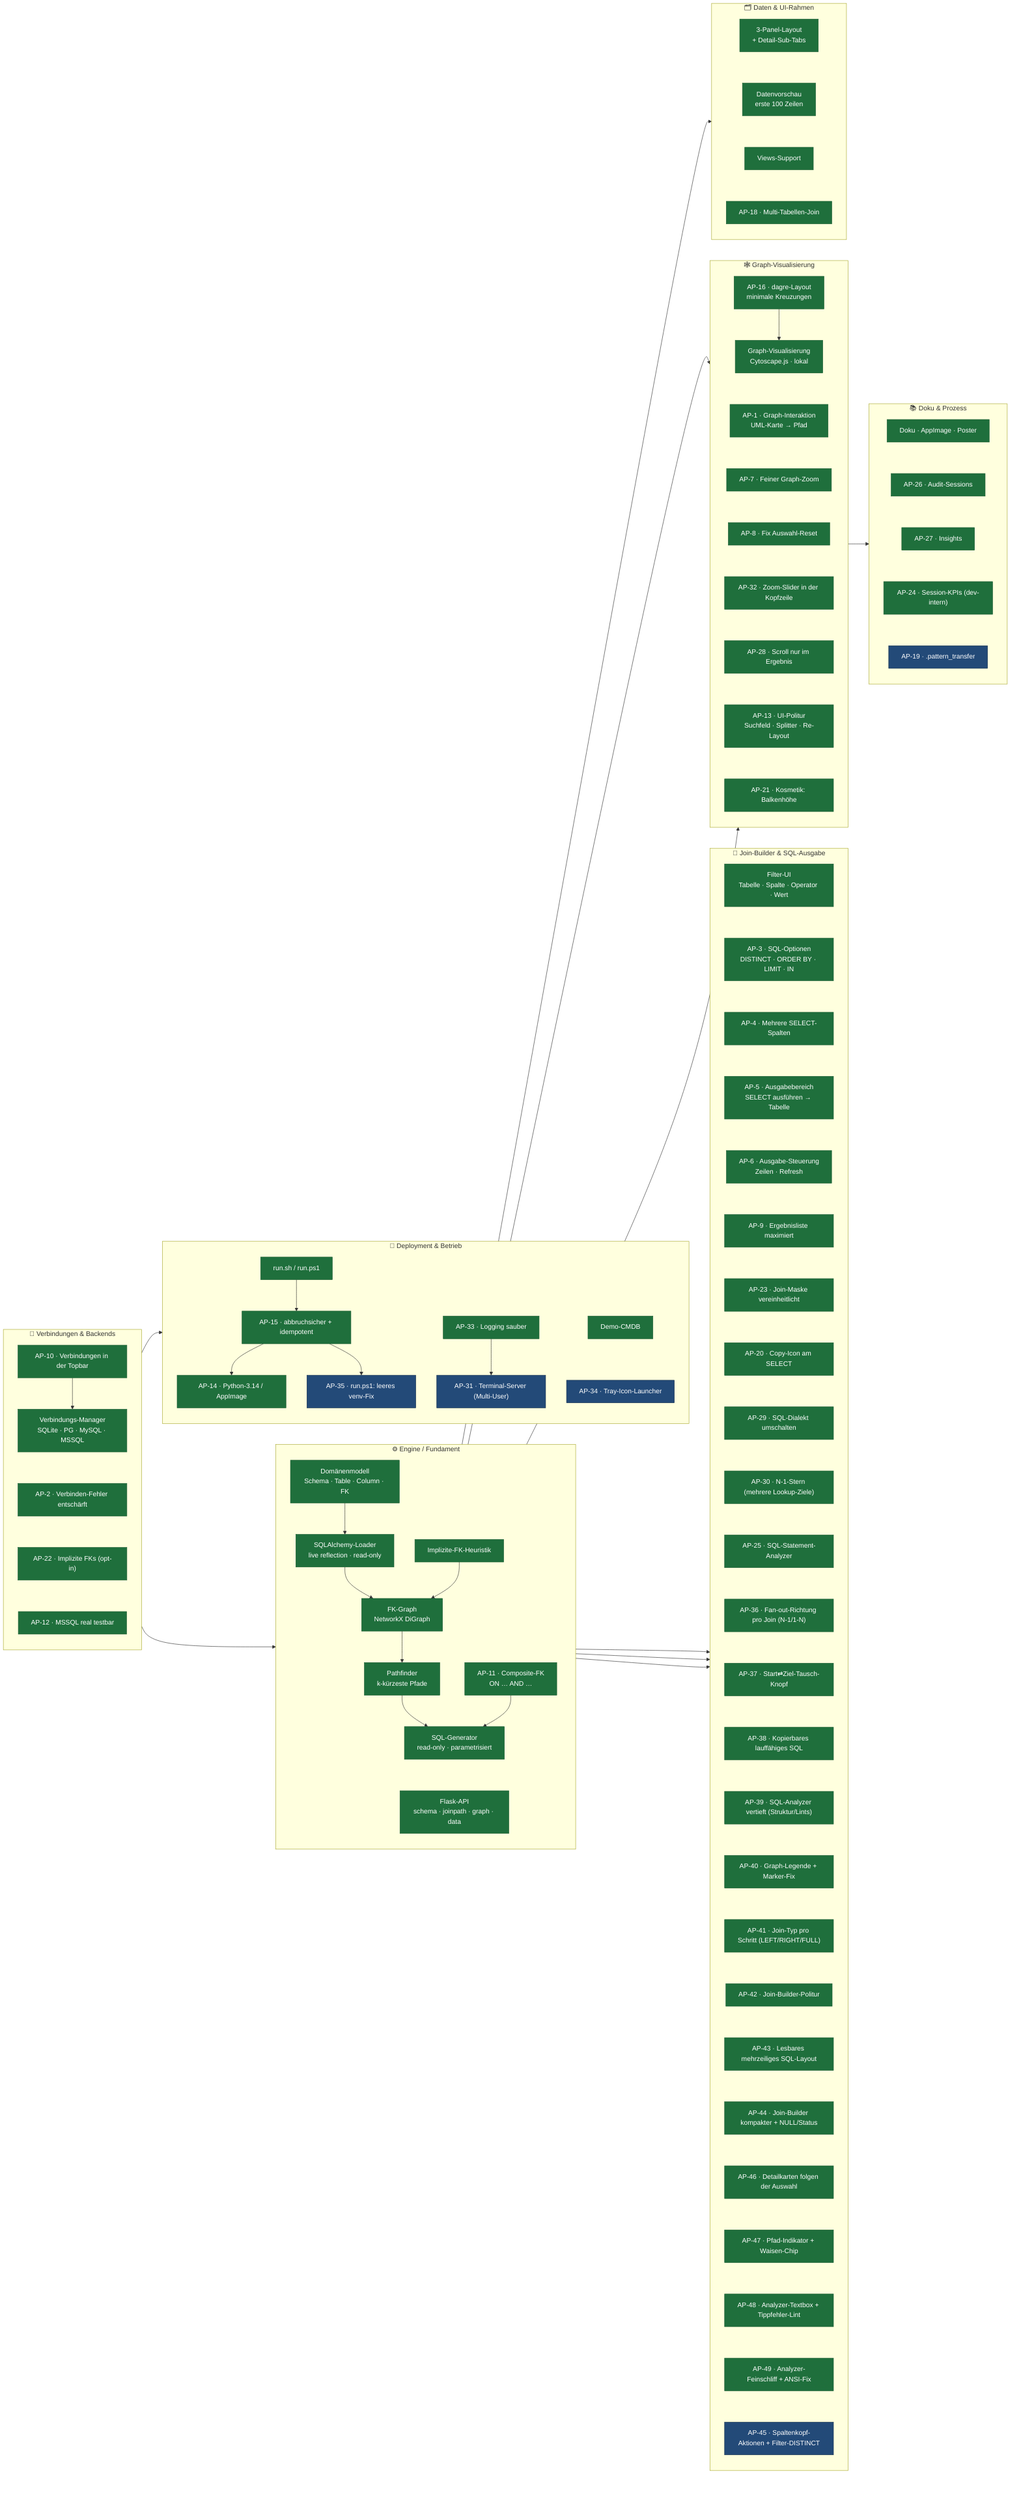
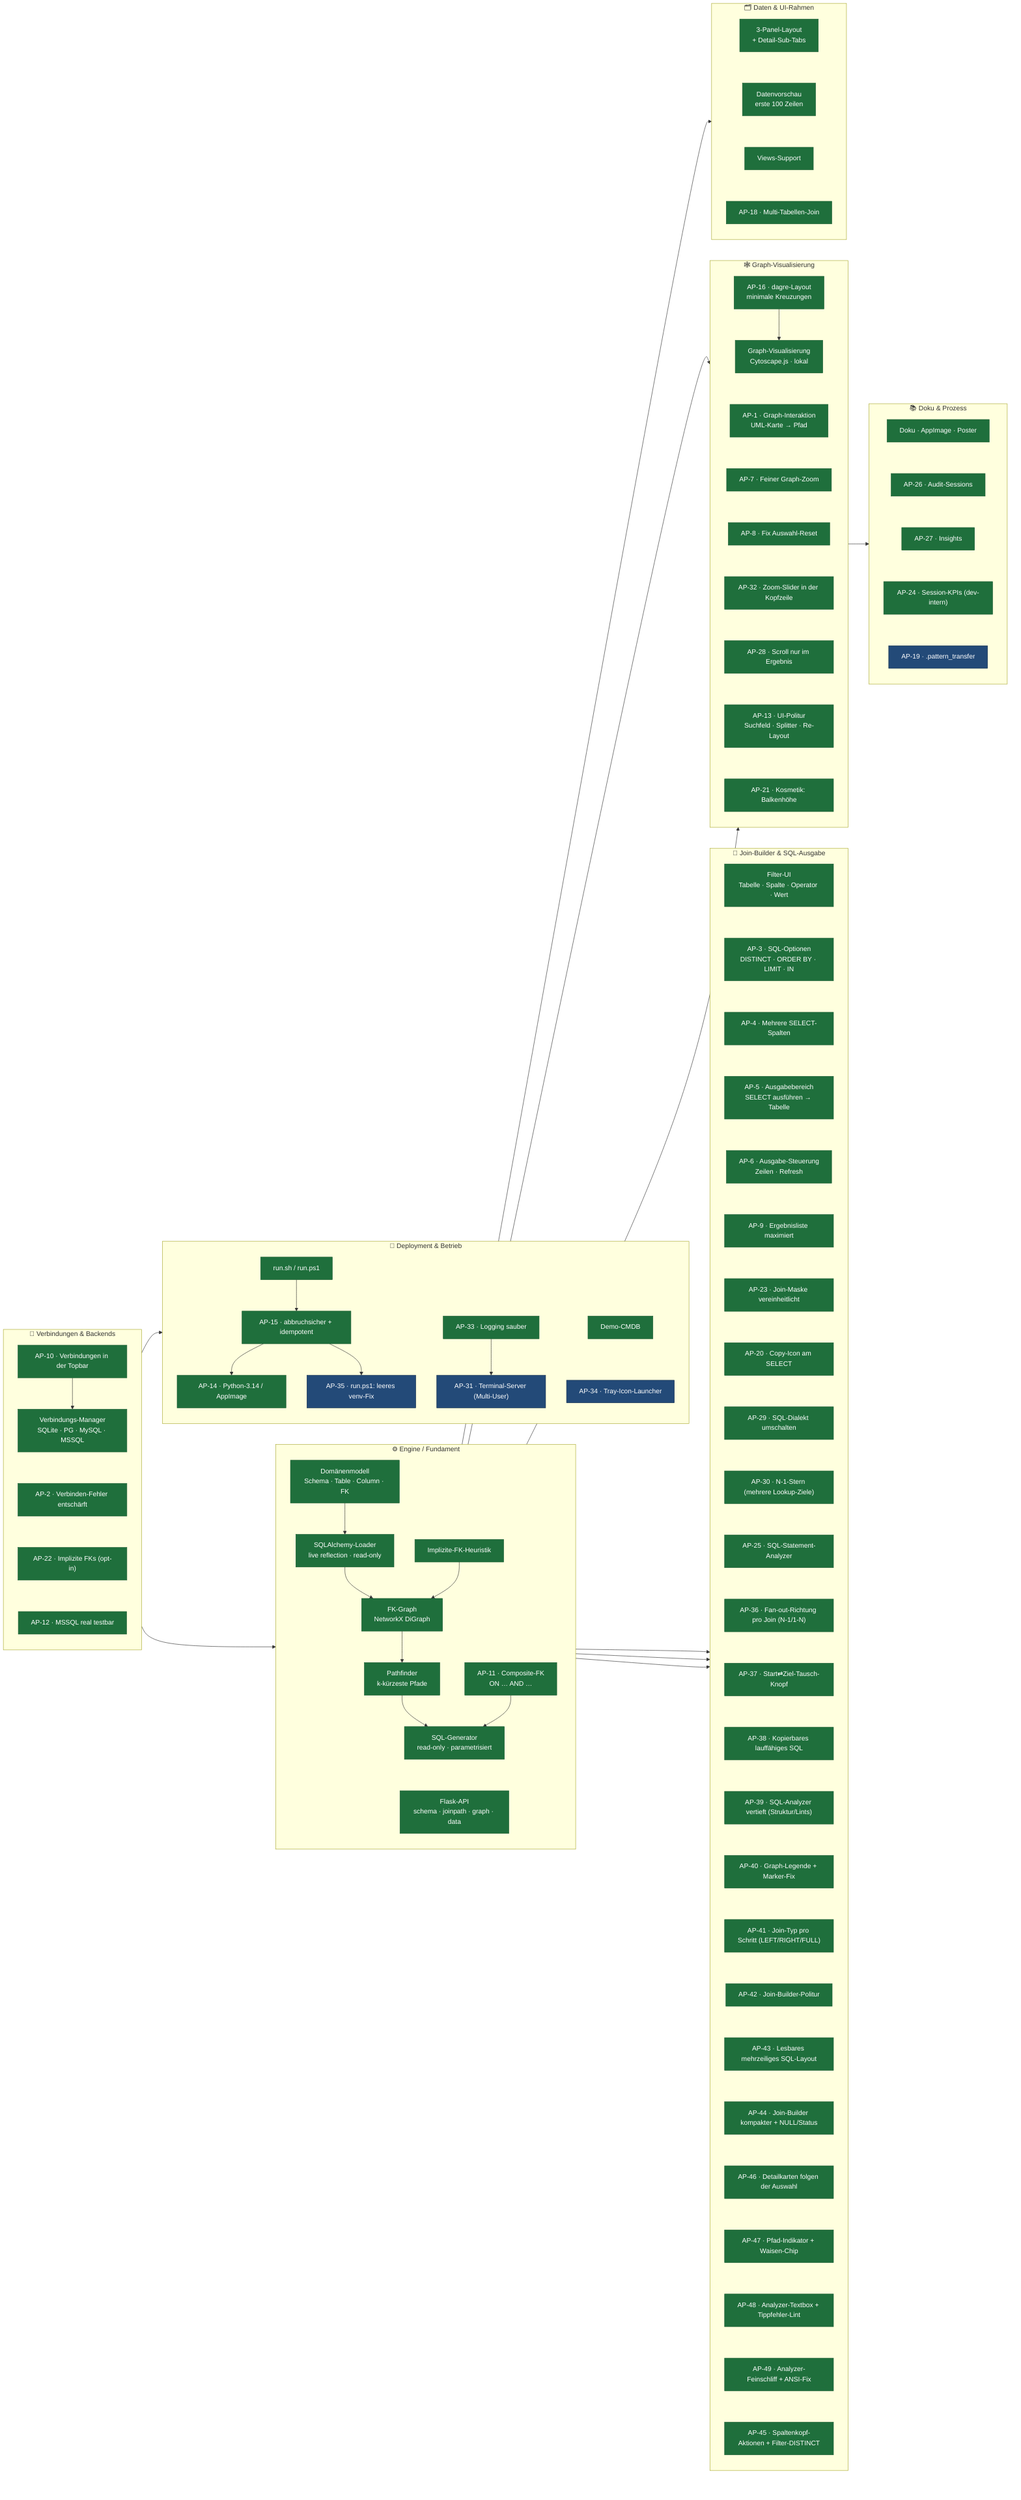
flowchart LR
    classDef done fill:#1f6f3c,color:#fff,stroke:#1a5c32,stroke-width:1px
    classDef plan fill:#234a78,color:#fff,stroke:#16314f,stroke-width:1px

    %% ── C1 · Engine / Fundament ──────────────────────────────────────────
    subgraph C1["⚙️  Engine / Fundament"]
        direction TB
        E1["Domänenmodell\nSchema · Table · Column · FK"]
        E2["SQLAlchemy-Loader\nlive reflection · read-only"]
        E3["FK-Graph\nNetworkX DiGraph"]
        E4["Pathfinder\nk-kürzeste Pfade"]
        E5["SQL-Generator\nread-only · parametrisiert"]
        E6["Flask-API\nschema · joinpath · graph · data"]
        E7["AP-11 · Composite-FK\nON … AND …"]
        E8["Implizite-FK-Heuristik"]
        E1 --> E2 --> E3 --> E4 --> E5
        E7 --> E5
        E8 --> E3
        E5 ~~~ E6
    end

    %% ── C2 · Verbindungen & Backends ─────────────────────────────────────
    subgraph C2["🔌  Verbindungen & Backends"]
        direction TB
        V1["Verbindungs-Manager\nSQLite · PG · MySQL · MSSQL"]
        V2["AP-2 · Verbinden-Fehler entschärft"]
        V3["AP-10 · Verbindungen in der Topbar"]
        V4["AP-12 · MSSQL real testbar"]
        V5["AP-22 · Implizite FKs (opt-in)"]
        V3 --> V1
        V1 ~~~ V2 ~~~ V5 ~~~ V4
    end

    %% ── C3 · Join-Builder & SQL-Ausgabe ──────────────────────────────────
    subgraph C3["🧩  Join-Builder & SQL-Ausgabe"]
        direction TB
        J1["Filter-UI\nTabelle · Spalte · Operator · Wert"]
        J2["AP-3 · SQL-Optionen\nDISTINCT · ORDER BY · LIMIT · IN"]
        J3["AP-4 · Mehrere SELECT-Spalten"]
        J4["AP-5 · Ausgabebereich\nSELECT ausführen → Tabelle"]
        J5["AP-6 · Ausgabe-Steuerung\nZeilen · Refresh"]
        J6["AP-9 · Ergebnisliste maximiert"]
        J7["AP-23 · Join-Maske vereinheitlicht"]
        J8["AP-20 · Copy-Icon am SELECT"]
        J9["AP-29 · SQL-Dialekt umschalten"]
        J10["AP-30 · N-1-Stern (mehrere Lookup-Ziele)"]
        J11["AP-25 · SQL-Statement-Analyzer"]
        J12["AP-36 · Fan-out-Richtung pro Join (N-1/1-N)"]
        J13["AP-37 · Start⇄Ziel-Tausch-Knopf"]
        J14["AP-38 · Kopierbares lauffähiges SQL"]
        J15["AP-39 · SQL-Analyzer vertieft (Struktur/Lints)"]
        J16["AP-40 · Graph-Legende + Marker-Fix"]
        J17["AP-41 · Join-Typ pro Schritt (LEFT/RIGHT/FULL)"]
        J18["AP-42 · Join-Builder-Politur"]
        J19["AP-43 · Lesbares mehrzeiliges SQL-Layout"]
        J20["AP-44 · Join-Builder kompakter + NULL/Status"]
        J21["AP-46 · Detailkarten folgen der Auswahl"]
        J22["AP-47 · Pfad-Indikator + Waisen-Chip"]
        J23["AP-48 · Analyzer-Textbox + Tippfehler-Lint"]
        J24["AP-49 · Analyzer-Feinschliff + ANSI-Fix"]
        J25["AP-45 · Spaltenkopf-Aktionen + Filter-DISTINCT"]
        J1 ~~~ J2 ~~~ J3 ~~~ J4 ~~~ J5 ~~~ J6 ~~~ J7 ~~~ J8 ~~~ J9 ~~~ J10 ~~~ J11 ~~~ J12 ~~~ J13 ~~~ J14 ~~~ J15 ~~~ J16 ~~~ J17 ~~~ J18 ~~~ J19 ~~~ J20 ~~~ J21 ~~~ J22 ~~~ J23 ~~~ J24 ~~~ J25
    end

    %% ── C4 · Graph-Visualisierung ────────────────────────────────────────
    subgraph C4["🕸️  Graph-Visualisierung"]
        direction TB
        G1["Graph-Visualisierung\nCytoscape.js · lokal"]
        G2["AP-1 · Graph-Interaktion\nUML-Karte → Pfad"]
        G3["AP-7 · Feiner Graph-Zoom"]
        G4["AP-8 · Fix Auswahl-Reset"]
        G5["AP-16 · dagre-Layout\nminimale Kreuzungen"]
        G6["AP-32 · Zoom-Slider in der Kopfzeile"]
        G7["AP-28 · Scroll nur im Ergebnis"]
        G8["AP-13 · UI-Politur\nSuchfeld · Splitter · Re-Layout"]
        G9["AP-21 · Kosmetik: Balkenhöhe"]
        G5 --> G1
        G1 ~~~ G2 ~~~ G3 ~~~ G4 ~~~ G6 ~~~ G7 ~~~ G8 ~~~ G9
    end

    %% ── C5 · Daten & UI-Rahmen ───────────────────────────────────────────
    subgraph C5["🗂️  Daten & UI-Rahmen"]
        direction TB
        D1["3-Panel-Layout\n+ Detail-Sub-Tabs"]
        D2["Datenvorschau\nerste 100 Zeilen"]
        D3["Views-Support"]
        D4["AP-18 · Multi-Tabellen-Join"]
        D1 ~~~ D2 ~~~ D3 ~~~ D4
    end

    %% ── C6 · Deployment & Betrieb ────────────────────────────────────────
    subgraph C6["🚀  Deployment & Betrieb"]
        direction TB
        B1["Demo-CMDB"]
        B2["run.sh / run.ps1"]
        B3["AP-15 · abbruchsicher + idempotent"]
        B4["AP-14 · Python-3.14 / AppImage"]
        B5["AP-35 · run.ps1: leeres venv-Fix"]
        B7["AP-31 · Terminal-Server (Multi-User)"]
        B8["AP-33 · Logging sauber"]
        B9["AP-34 · Tray-Icon-Launcher"]
        B2 --> B3
        B3 --> B4
        B3 --> B5
        B8 --> B7
        B1 ~~~ B9
    end

    %% ── C7 · Doku & Prozess ──────────────────────────────────────────────
    subgraph C7["📚  Doku & Prozess"]
        direction TB
        K1["Doku · AppImage · Poster"]
        K2["AP-26 · Audit-Sessions"]
        K3["AP-27 · Insights"]
        K5["AP-24 · Session-KPIs (dev-intern)"]
        K4["AP-19 · .pattern_transfer"]
        K1 ~~~ K2 ~~~ K3 ~~~ K5 ~~~ K4
    end

    %% ── Cluster-übergreifende Abhängigkeiten ─────────────────────────────
    V1 --> E2
    E5 --> J1
    E5 --> J9
    E5 --> J11
    E4 --> G2
    E3 --> G1
    E6 --> D1
    V4 --> B7
    G5 --> K2

    class E1,E2,E3,E4,E5,E6,E7,E8 done
    class V1,V2,V3,V4,V5 done
-     class J1,J2,J3,J4,J5,J6,J7,J8,J9,J10,J11,J12,J13,J14,J15,J16,J17,J18,J19,J20,J21,J22,J23,J24 done
+     class J1,J2,J3,J4,J5,J6,J7,J8,J9,J10,J11,J12,J13,J14,J15,J16,J17,J18,J19,J20,J21,J22,J23,J24,J25 done
    class G1,G2,G3,G4,G5,G6,G7,G8,G9 done
    class D1,D2,D3,D4 done
    class B1,B2,B3,B4,B8 done
    class B5,B7,B9 plan
    class K1,K2,K3,K5 done
-     class K4,J25 plan
+     class K4 plan
